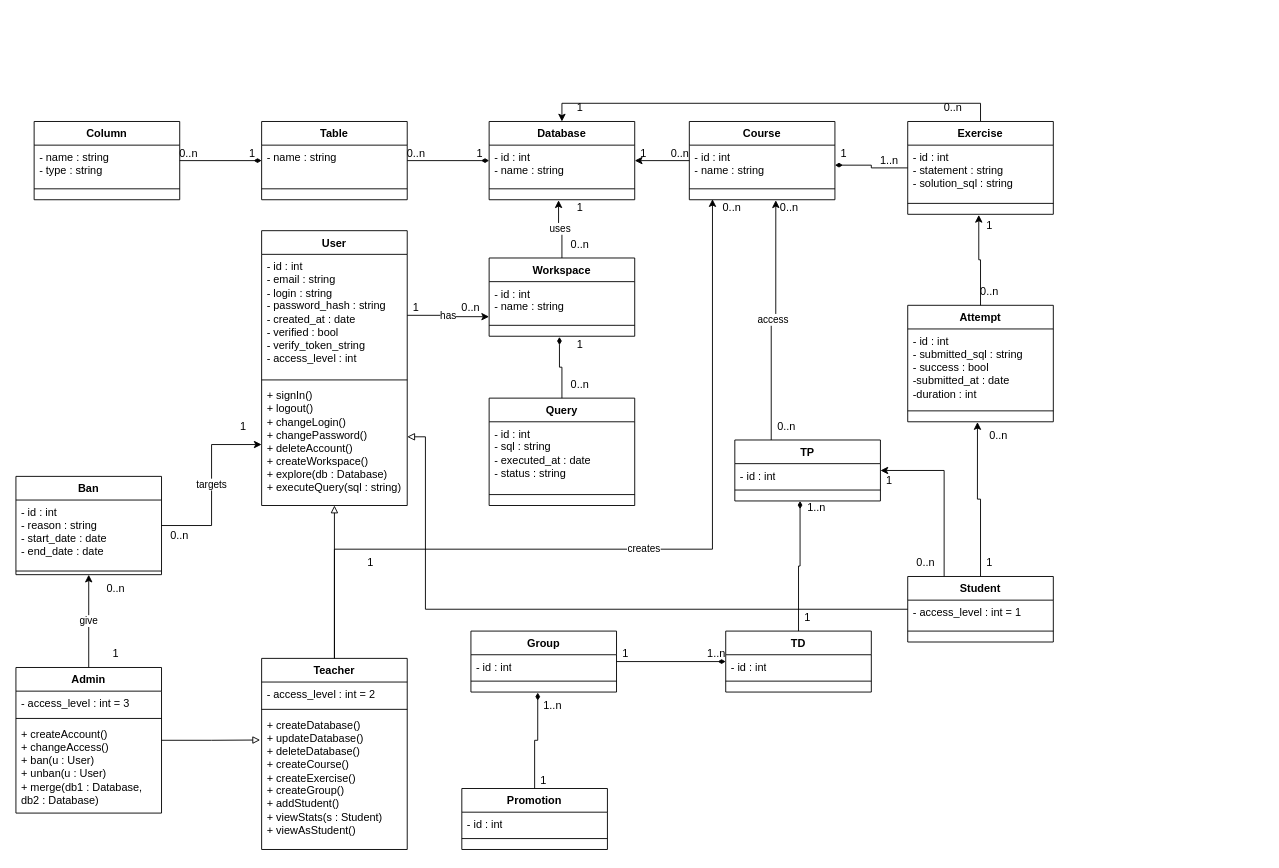
This is DiagrammeClasses.drawio from RUIZ-Enrique-25002136/DataLab, a draw.io file, before an edit. Source tidied: cells renumbered, new cells numbered last; positions are measured from the earlier drawing's top-left corner, leaving out a move shared by most shapes. Both pictures are drawn from the tidied source at 91%, with x=0, y=0 at pixel (15, 94).
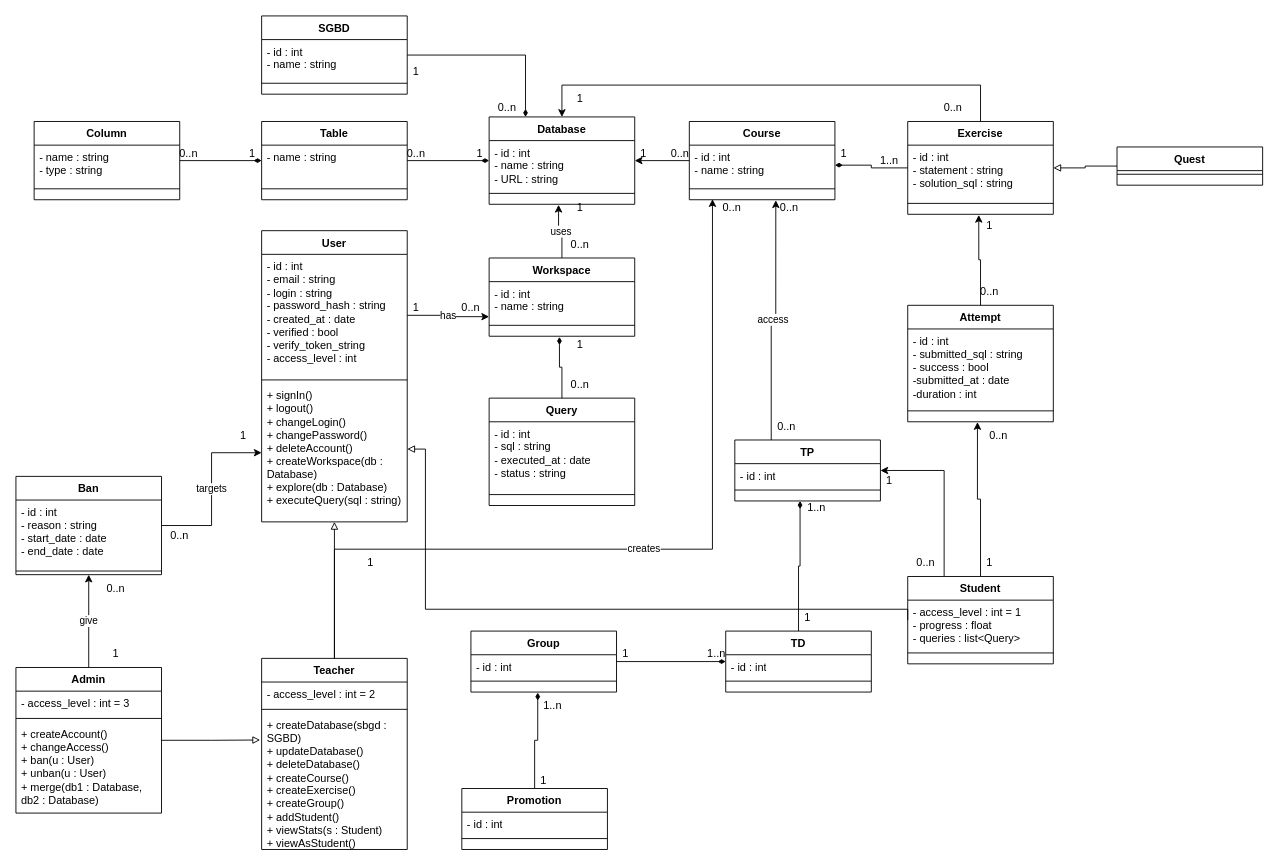
The same diagram, later.

Unchanged cells that the change refers to:
```xml
<mxCell id="8" value="Teacher" style="swimlane;fontStyle=1;align=center;verticalAlign=top;horizontal=1;startSize=26;whiteSpace=wrap;html=1;" parent="1" vertex="1">
  <mxGeometry x="270" y="620" width="160" height="210" as="geometry" />
</mxCell>
<mxCell id="73" value="Exercise" style="swimlane;fontStyle=1;align=center;verticalAlign=top;horizontal=1;startSize=26;whiteSpace=wrap;html=1;" parent="1" vertex="1">
  <mxGeometry x="980" y="30" width="160" height="102" as="geometry" />
</mxCell>
```

What changed in the source:
```diff
@@
     <mxCell id="2" style="edgeStyle=orthogonalEdgeStyle;rounded=0;jettySize=auto;html=1;exitX=1;exitY=0.75;exitDx=0;exitDy=0;entryX=0;entryY=0.5;entryDx=0;entryDy=0;defaultLabelBackgroundColor=gap;endArrow=none;endFill=0;startArrow=block;startFill=0;" parent="1" edge="1" source="3" target="90">
-      <mxGeometry relative="1" as="geometry">
+      <mxGeometry x="-0.04" relative="1" as="geometry">
         <Array as="points">
-          <mxPoint x="450" y="376.5" />
+          <mxPoint x="450" y="390" />
           <mxPoint x="450" y="566" />
         </Array>
       </mxGeometry>
     </mxCell>
     <mxCell id="3" value="User" style="swimlane;fontStyle=1;align=center;verticalAlign=top;horizontal=1;startSize=26;whiteSpace=wrap;html=1;" parent="1" vertex="1">
-      <mxGeometry x="270" y="150" width="160" height="302" as="geometry" />
+      <mxGeometry x="270" y="150" width="160" height="320" as="geometry" />
     </mxCell>
@@
-    <mxCell id="6" value="&lt;div&gt;+ signIn()&lt;/div&gt;&lt;div&gt;+ logout()&lt;/div&gt;&lt;div&gt;+ changeLogin()&lt;/div&gt;&lt;div&gt;+ changePassword()&lt;/div&gt;&lt;div&gt;+ deleteAccount()&lt;/div&gt;&lt;div&gt;+ createWorkspace()&lt;/div&gt;&lt;div&gt;+ explore(db : Database)&lt;/div&gt;&lt;div&gt;+ executeQuery(sql : string)&lt;/div&gt;" style="text;strokeColor=none;fillColor=none;align=left;verticalAlign=top;spacingLeft=4;spacingRight=4;overflow=hidden;points=[[0,0.5],[1,0.5]];portConstraint=eastwest;whiteSpace=wrap;html=1;" parent="3" vertex="1">
-      <mxGeometry y="168" width="160" height="134" as="geometry" />
+    <mxCell id="6" value="&lt;div&gt;+ signIn()&lt;/div&gt;&lt;div&gt;+ logout()&lt;/div&gt;&lt;div&gt;+ changeLogin()&lt;/div&gt;&lt;div&gt;+ changePassword()&lt;/div&gt;&lt;div&gt;+ deleteAccount()&lt;/div&gt;&lt;div&gt;+ createWorkspace(db : Database)&lt;/div&gt;&lt;div&gt;+ explore(db : Database)&lt;/div&gt;&lt;div&gt;+ executeQuery(sql : string)&lt;/div&gt;" style="text;strokeColor=none;fillColor=none;align=left;verticalAlign=top;spacingLeft=4;spacingRight=4;overflow=hidden;points=[[0,0.5],[1,0.5]];portConstraint=eastwest;whiteSpace=wrap;html=1;" parent="3" vertex="1">
+      <mxGeometry y="168" width="160" height="152" as="geometry" />
     </mxCell>
@@
-    <mxCell id="11" value="&lt;div&gt;+ createDatabase()&lt;/div&gt;&lt;div&gt;+ updateDatabase()&lt;/div&gt;&lt;div&gt;+ deleteDatabase()&lt;/div&gt;&lt;div&gt;+ createCourse()&lt;/div&gt;&lt;div&gt;+ createExercise()&lt;/div&gt;&lt;div&gt;+ createGroup()&lt;/div&gt;&lt;div&gt;+ addStudent()&lt;/div&gt;&lt;div&gt;+ viewStats(s : Student)&lt;/div&gt;&lt;div&gt;+ viewAsStudent()&lt;/div&gt;" style="text;strokeColor=none;fillColor=none;align=left;verticalAlign=top;spacingLeft=4;spacingRight=4;overflow=hidden;points=[[0,0.5],[1,0.5]];portConstraint=eastwest;whiteSpace=wrap;html=1;" parent="8" vertex="1">
+    <mxCell id="11" value="&lt;div&gt;+ createDatabase(sbgd : SGBD)&lt;/div&gt;&lt;div&gt;+ updateDatabase()&lt;/div&gt;&lt;div&gt;+ deleteDatabase()&lt;/div&gt;&lt;div&gt;+ createCourse()&lt;/div&gt;&lt;div&gt;+ createExercise()&lt;/div&gt;&lt;div&gt;+ createGroup()&lt;/div&gt;&lt;div&gt;+ addStudent()&lt;/div&gt;&lt;div&gt;+ viewStats(s : Student)&lt;/div&gt;&lt;div&gt;+ viewAsStudent()&lt;/div&gt;" style="text;strokeColor=none;fillColor=none;align=left;verticalAlign=top;spacingLeft=4;spacingRight=4;overflow=hidden;points=[[0,0.5],[1,0.5]];portConstraint=eastwest;whiteSpace=wrap;html=1;" parent="8" vertex="1">
       <mxGeometry y="60" width="160" height="150" as="geometry" />
     </mxCell>
@@
     <mxCell id="24" value="1" style="text;html=1;whiteSpace=wrap;strokeColor=none;fillColor=none;align=center;verticalAlign=middle;rounded=0;" parent="1" vertex="1">
-      <mxGeometry x="220" y="350" width="60" height="30" as="geometry" />
+      <mxGeometry x="220" y="360" width="60" height="30" as="geometry" />
     </mxCell>
@@
     <mxCell id="40" value="Database" style="swimlane;fontStyle=1;align=center;verticalAlign=top;horizontal=1;startSize=26;whiteSpace=wrap;html=1;" parent="1" vertex="1">
-      <mxGeometry x="520" y="30" width="160" height="86" as="geometry" />
+      <mxGeometry x="520" y="25" width="160" height="96" as="geometry" />
     </mxCell>
-    <mxCell id="41" value="&lt;div&gt;- id : int&lt;/div&gt;&lt;div&gt;- name : string&lt;/div&gt;&lt;div&gt;&lt;br&gt;&lt;/div&gt;&lt;div&gt;&lt;br&gt;&lt;/div&gt;" style="text;strokeColor=none;fillColor=none;align=left;verticalAlign=top;spacingLeft=4;spacingRight=4;overflow=hidden;whiteSpace=wrap;html=1;" parent="40" vertex="1">
-      <mxGeometry y="26" width="160" height="44" as="geometry" />
+    <mxCell id="41" value="&lt;div&gt;- id : int&lt;/div&gt;&lt;div&gt;- name : string&lt;/div&gt;&lt;div&gt;- URL : string&lt;/div&gt;" style="text;strokeColor=none;fillColor=none;align=left;verticalAlign=top;spacingLeft=4;spacingRight=4;overflow=hidden;whiteSpace=wrap;html=1;" parent="40" vertex="1">
+      <mxGeometry y="26" width="160" height="54" as="geometry" />
     </mxCell>
     <mxCell id="42" style="line;strokeWidth=1;fillColor=none;align=left;verticalAlign=middle;spacingTop=-1;spacingLeft=3;spacingRight=3;labelPosition=right;strokeColor=inherit;labelPerimeter=1;" parent="40" vertex="1">
-      <mxGeometry y="70" width="160" height="8" as="geometry" />
+      <mxGeometry y="80" width="160" height="8" as="geometry" />
     </mxCell>
     <mxCell id="43" value="&lt;div&gt;&lt;br&gt;&lt;/div&gt;" style="text;strokeColor=none;fillColor=none;align=left;verticalAlign=top;spacingLeft=4;spacingRight=4;overflow=hidden;points=[[0,0.5],[1,0.5]];portConstraint=eastwest;whiteSpace=wrap;html=1;" parent="40" vertex="1">
-      <mxGeometry y="78" width="160" height="8" as="geometry" />
+      <mxGeometry y="88" width="160" height="8" as="geometry" />
     </mxCell>
@@
     <mxCell id="72" style="edgeStyle=orthogonalEdgeStyle;rounded=0;jettySize=auto;html=1;entryX=0.5;entryY=0;entryDx=0;entryDy=0;defaultLabelBackgroundColor=gap;" parent="1" edge="1" source="73" target="40">
       <mxGeometry x="0.06" relative="1" as="geometry">
         <Array as="points">
-          <mxPoint x="1060" y="10" />
-          <mxPoint x="600" y="10" />
+          <mxPoint x="1060" y="-10" />
+          <mxPoint x="600" y="-10" />
         </Array>
       </mxGeometry>
     </mxCell>
@@
     <mxCell id="80" value="1" style="text;html=1;whiteSpace=wrap;strokeColor=none;fillColor=none;align=center;verticalAlign=middle;rounded=0;" parent="1" vertex="1">
-      <mxGeometry x="590" width="60" height="30" as="geometry" />
+      <mxGeometry x="590" y="-10" width="60" height="30" as="geometry" />
     </mxCell>
@@
     <mxCell id="90" value="Student" style="swimlane;fontStyle=1;align=center;verticalAlign=top;horizontal=1;startSize=26;whiteSpace=wrap;html=1;" parent="1" vertex="1">
-      <mxGeometry x="980" y="530" width="160" height="72" as="geometry" />
+      <mxGeometry x="980" y="530" width="160" height="96" as="geometry" />
     </mxCell>
-    <mxCell id="91" value="- access_level : int = 1" style="text;strokeColor=none;fillColor=none;align=left;verticalAlign=top;spacingLeft=4;spacingRight=4;overflow=hidden;whiteSpace=wrap;html=1;" parent="90" vertex="1">
-      <mxGeometry y="26" width="160" height="30" as="geometry" />
+    <mxCell id="91" value="&lt;div&gt;- access_level : int = 1&lt;/div&gt;&lt;div&gt;- progress : float&lt;/div&gt;&lt;div&gt;- queries : list&amp;lt;Query&amp;gt;&lt;/div&gt;" style="text;strokeColor=none;fillColor=none;align=left;verticalAlign=top;spacingLeft=4;spacingRight=4;overflow=hidden;whiteSpace=wrap;html=1;" parent="90" vertex="1">
+      <mxGeometry y="26" width="160" height="54" as="geometry" />
     </mxCell>
     <mxCell id="92" style="line;strokeWidth=1;fillColor=none;align=left;verticalAlign=middle;spacingTop=-1;spacingLeft=3;spacingRight=3;labelPosition=right;strokeColor=inherit;labelPerimeter=1;" parent="90" vertex="1">
-      <mxGeometry y="56" width="160" height="8" as="geometry" />
+      <mxGeometry y="80" width="160" height="8" as="geometry" />
     </mxCell>
     <mxCell id="93" value="&lt;div&gt;&lt;br&gt;&lt;/div&gt;" style="text;strokeColor=none;fillColor=none;align=left;verticalAlign=top;spacingLeft=4;spacingRight=4;overflow=hidden;whiteSpace=wrap;html=1;" parent="90" vertex="1">
-      <mxGeometry y="64" width="160" height="8" as="geometry" />
+      <mxGeometry y="88" width="160" height="8" as="geometry" />
     </mxCell>
@@
+    <mxCell id="126" style="edgeStyle=orthogonalEdgeStyle;rounded=0;jettySize=auto;html=1;entryX=0.25;entryY=0;entryDx=0;entryDy=0;defaultLabelBackgroundColor=gap;endArrow=diamondThin;endFill=1;" parent="1" edge="1" source="127" target="40">
+      <mxGeometry relative="1" as="geometry" />
+    </mxCell>
+    <mxCell id="127" value="SGBD" style="swimlane;fontStyle=1;align=center;verticalAlign=top;horizontal=1;startSize=26;whiteSpace=wrap;html=1;" parent="1" vertex="1">
+      <mxGeometry x="270" y="-86" width="160" height="86" as="geometry" />
+    </mxCell>
+    <mxCell id="128" value="&lt;div&gt;- id : int&lt;/div&gt;&lt;div&gt;- name : string&lt;/div&gt;&lt;div&gt;&lt;br&gt;&lt;/div&gt;&lt;div&gt;&lt;br&gt;&lt;/div&gt;" style="text;strokeColor=none;fillColor=none;align=left;verticalAlign=top;spacingLeft=4;spacingRight=4;overflow=hidden;whiteSpace=wrap;html=1;" parent="127" vertex="1">
+      <mxGeometry y="26" width="160" height="44" as="geometry" />
+    </mxCell>
+    <mxCell id="129" style="line;strokeWidth=1;fillColor=none;align=left;verticalAlign=middle;spacingTop=-1;spacingLeft=3;spacingRight=3;labelPosition=right;strokeColor=inherit;labelPerimeter=1;" parent="127" vertex="1">
+      <mxGeometry y="70" width="160" height="8" as="geometry" />
+    </mxCell>
+    <mxCell id="130" value="&lt;div&gt;&lt;br&gt;&lt;/div&gt;" style="text;strokeColor=none;fillColor=none;align=left;verticalAlign=top;spacingLeft=4;spacingRight=4;overflow=hidden;whiteSpace=wrap;html=1;" parent="127" vertex="1">
+      <mxGeometry y="78" width="160" height="8" as="geometry" />
+    </mxCell>
+    <mxCell id="131" value="0..n" style="text;html=1;whiteSpace=wrap;strokeColor=none;fillColor=none;align=center;verticalAlign=middle;rounded=0;" parent="1" vertex="1">
+      <mxGeometry x="510" width="60" height="30" as="geometry" />
+    </mxCell>
+    <mxCell id="132" value="1" style="text;html=1;whiteSpace=wrap;strokeColor=none;fillColor=none;align=center;verticalAlign=middle;rounded=0;" parent="1" vertex="1">
+      <mxGeometry x="410" y="-40" width="60" height="30" as="geometry" />
+    </mxCell>
+    <mxCell id="133" style="edgeStyle=orthogonalEdgeStyle;rounded=0;jettySize=auto;html=1;entryX=1;entryY=0.5;entryDx=0;entryDy=0;defaultLabelBackgroundColor=gap;endArrow=block;endFill=0;" parent="1" edge="1" source="134" target="73">
+      <mxGeometry relative="1" as="geometry" />
+    </mxCell>
+    <mxCell id="134" value="Quest" style="swimlane;fontStyle=1;align=center;verticalAlign=top;horizontal=1;startSize=26;whiteSpace=wrap;html=1;" parent="1" vertex="1">
+      <mxGeometry x="1210" y="58" width="160" height="42" as="geometry" />
+    </mxCell>
+    <mxCell id="135" style="line;strokeWidth=1;fillColor=none;align=left;verticalAlign=middle;spacingTop=-1;spacingLeft=3;spacingRight=3;labelPosition=right;strokeColor=inherit;labelPerimeter=1;" parent="134" vertex="1">
+      <mxGeometry y="26" width="160" height="8" as="geometry" />
+    </mxCell>
+    <mxCell id="136" value="&lt;div&gt;&lt;br&gt;&lt;/div&gt;" style="text;strokeColor=none;fillColor=none;align=left;verticalAlign=top;spacingLeft=4;spacingRight=4;overflow=hidden;whiteSpace=wrap;html=1;" parent="134" vertex="1">
+      <mxGeometry y="34" width="160" height="8" as="geometry" />
+    </mxCell>
```
